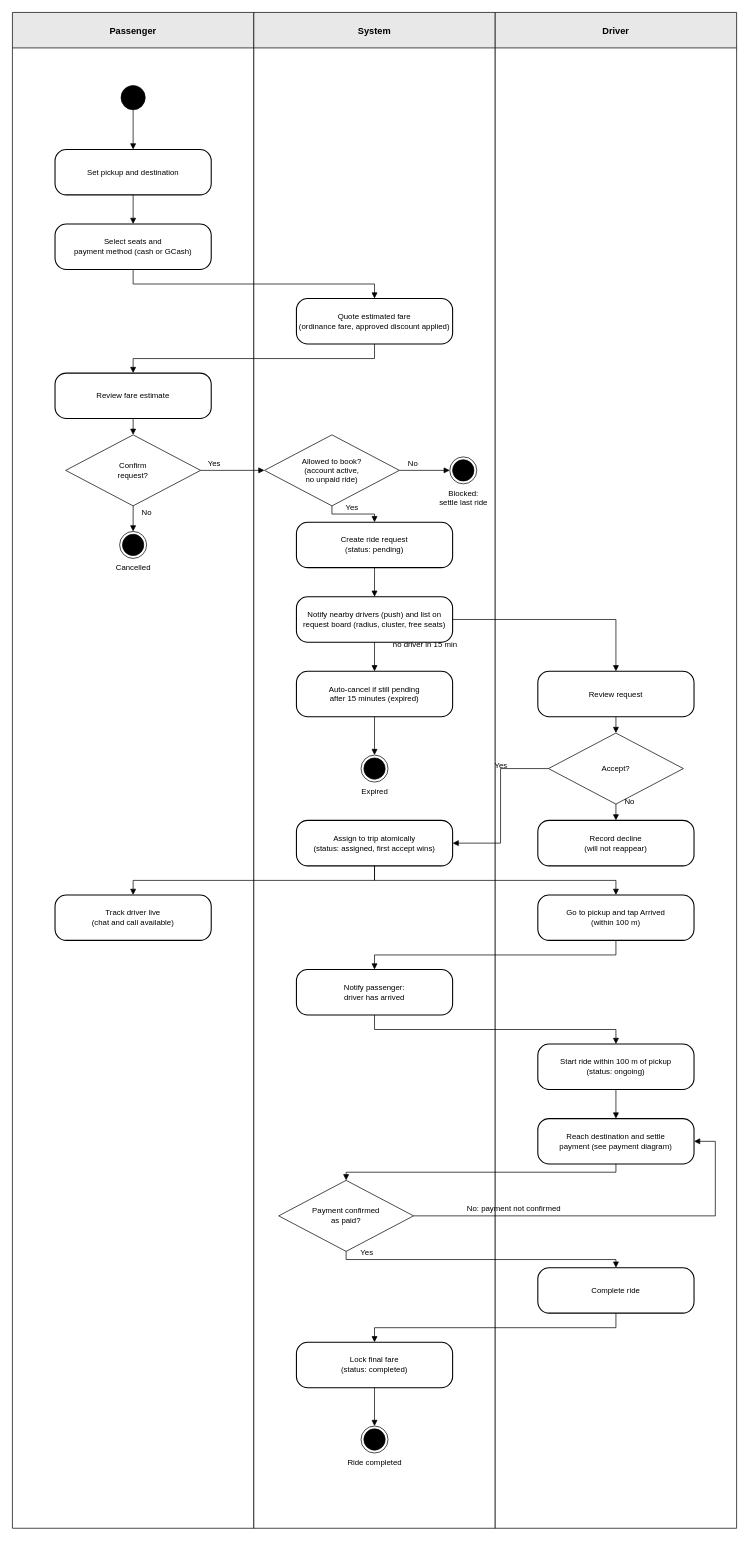
This is docs/activity_ride_request.drawio from jhalasan/TriSakay, a draw.io file, before an edit. Source tidied: cells renumbered, new cells numbered last; positions are measured from the earlier drawing's top-left corner, leaving out a move shared by most shapes. Both pictures are drawn from the tidied source at 71%, with x=0, y=0 at pixel (12, 12).
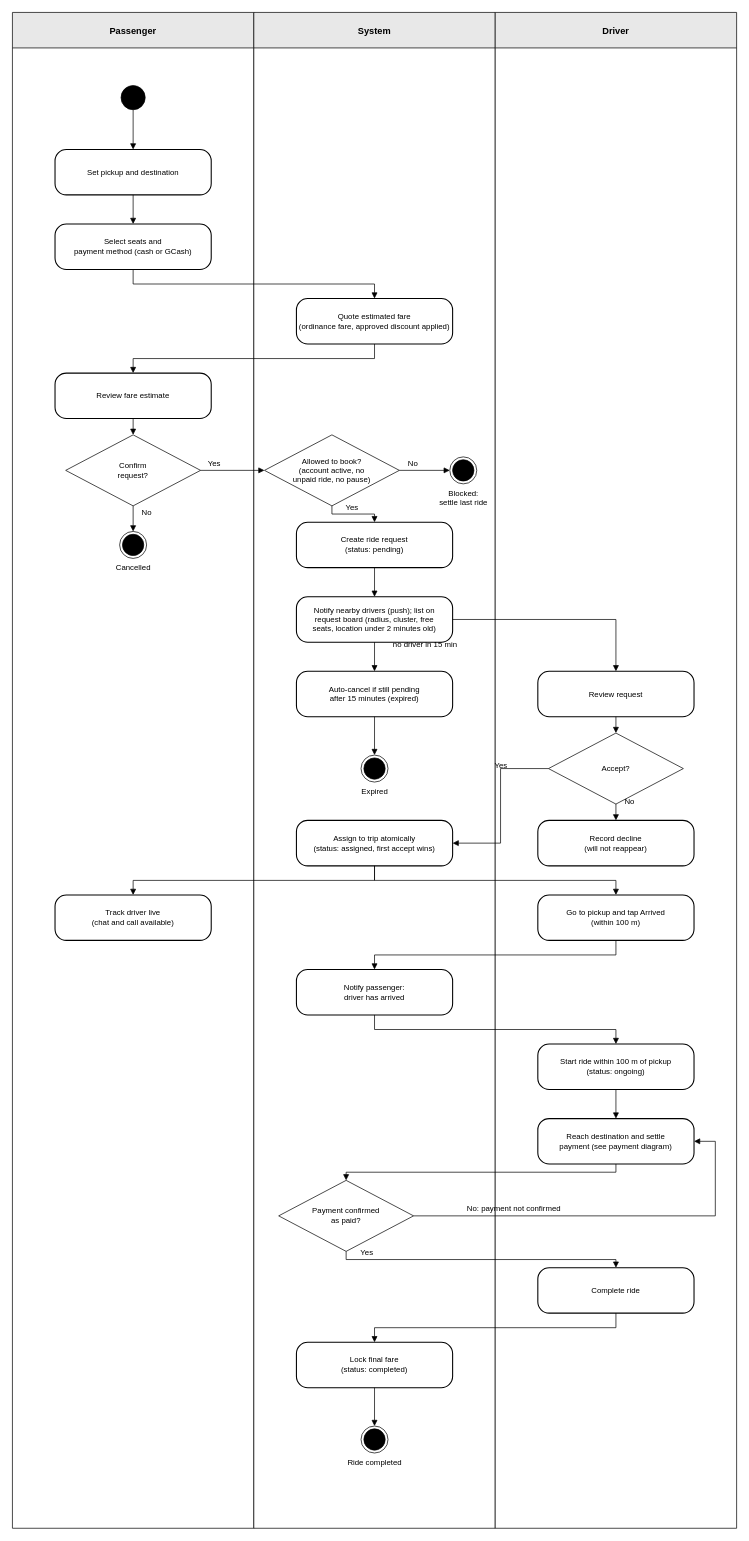
The same page after the edit.

Commit message (it also covers changes not shown here):
Docs: refresh the use case, context, DFD, ERD and activity diagrams for printing, audit logs, Google Maps and the newer rules

Diff of the diagram source:
```diff
@@
-    <mxCell id="12" value="Allowed to book?&#10;(account active,&#10;no unpaid ride)" style="rhombus;whiteSpace=wrap;html=1;fillColor=#ffffff;strokeColor=#000000;fontSize=11;" parent="1" vertex="1">
+    <mxCell id="12" value="Allowed to book?&#10;(account active, no&#10;unpaid ride, no pause)" style="rhombus;whiteSpace=wrap;html=1;fillColor=#ffffff;strokeColor=#000000;fontSize=11;" parent="1" vertex="1">
       <mxGeometry x="355" y="595" width="190" height="100" as="geometry" />
     </mxCell>
@@
-    <mxCell id="15" value="Notify nearby drivers (push) and list on&#10;request board (radius, cluster, free seats)" style="rounded=1;whiteSpace=wrap;html=1;arcSize=25;fillColor=#ffffff;strokeColor=#000000;strokeWidth=1.5;fontSize=11;" parent="1" vertex="1">
+    <mxCell id="15" value="Notify nearby drivers (push); list on&#10;request board (radius, cluster, free&#10;seats, location under 2 minutes old)" style="rounded=1;whiteSpace=wrap;html=1;arcSize=25;fillColor=#ffffff;strokeColor=#000000;strokeWidth=1.5;fontSize=11;" parent="1" vertex="1">
       <mxGeometry x="400" y="823" width="220" height="64" as="geometry" />
     </mxCell>
```
